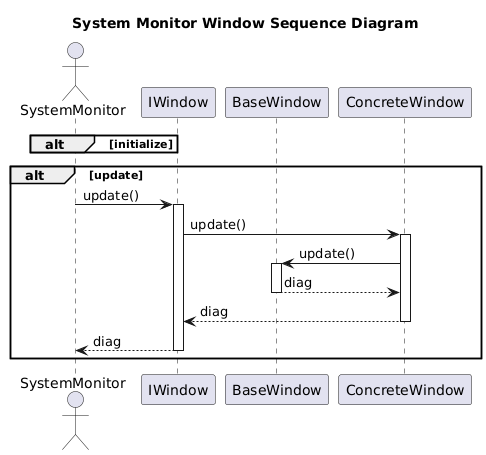
This is nodes/SystemMonitor/doc/output/SystemMonitorWindowSequenceDiagram.png from dgitz/eros, a PlantUML export, as it was before one commit. The source it was exported from:
```plantuml
@startuml
title System Monitor Window Sequence Diagram
actor SystemMonitor as system_monitor
participant IWindow as interface
participant BaseWindow as base
participant ConcreteWindow as concrete

alt initialize
end

alt update
system_monitor -> interface++: update()
interface -> concrete++: update()
concrete -> base++: update()
base --> concrete--: diag
concrete --> interface--: diag
interface --> system_monitor--: diag
end

@enduml
```
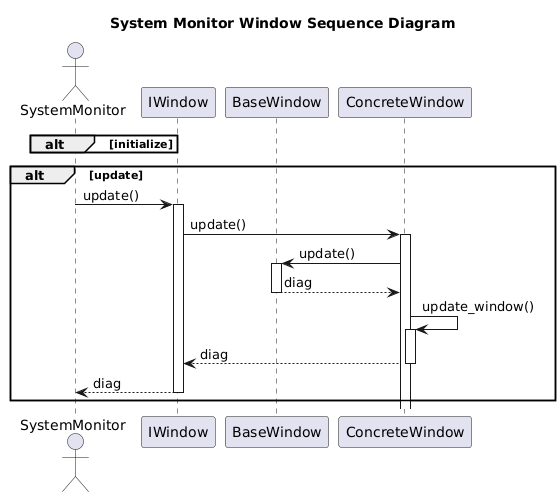
Above is the later version.

What changed in the source:
```diff
@@ -13,6 +13,7 @@
 interface -> concrete++: update()
 concrete -> base++: update()
 base --> concrete--: diag
+concrete -> concrete++: update_window()
 concrete --> interface--: diag
 interface --> system_monitor--: diag
 end
```
